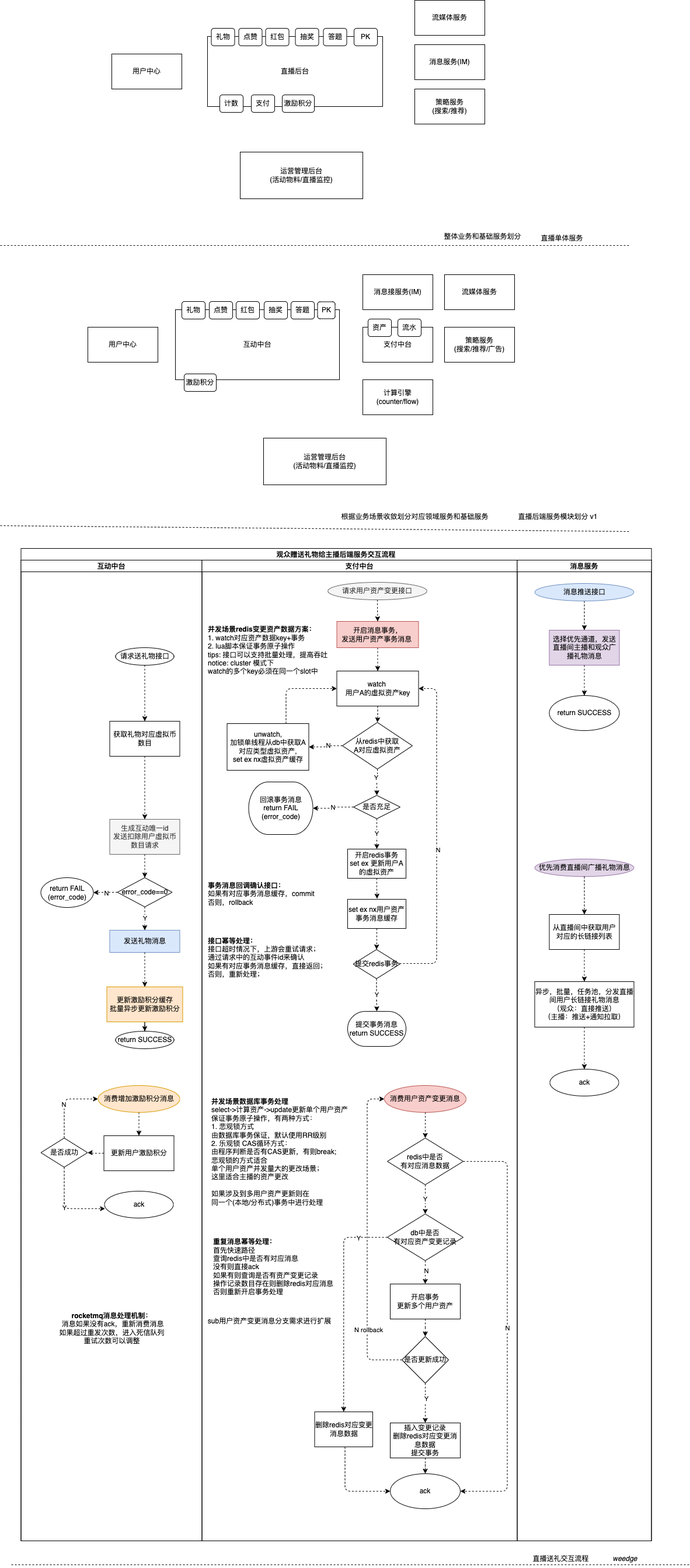
This is 直播互动-赠送礼物设计.drawio.png from weedge/mypic, a draw.io export, as it was before one commit. Source tidied: cells renumbered, new cells last; positions are measured from the earlier drawing's top-left corner, leaving out a move shared by most shapes.
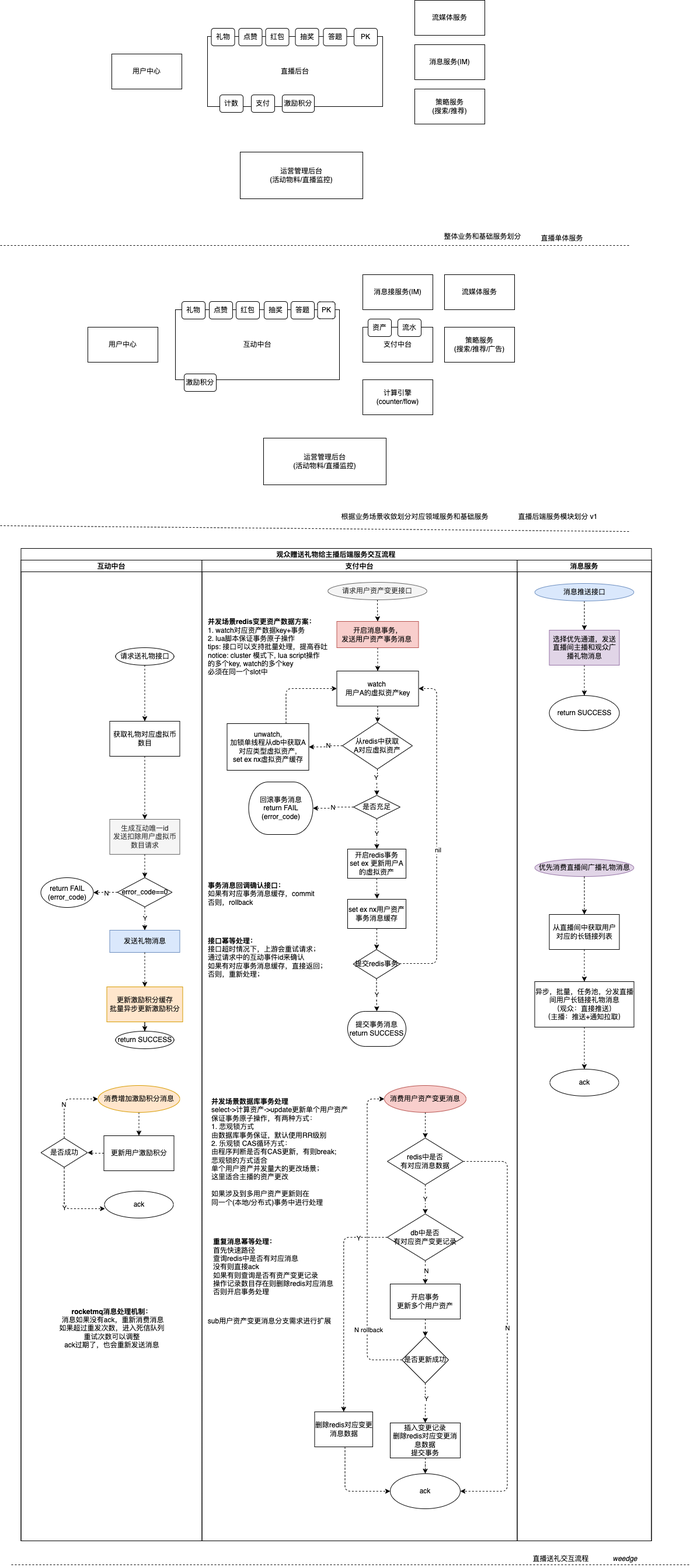
Later version of the same file.

What changed in the source:
```diff
@@ -200,8 +200,8 @@
     <mxCell id="61" value="是否成功" style="rhombus;whiteSpace=wrap;html=1;" parent="38" vertex="1">
       <mxGeometry x="34" y="990" width="80" height="50" as="geometry" />
     </mxCell>
-    <mxCell id="62" value="&lt;b&gt;rocketmq消息处理机制：&lt;br&gt;&lt;/b&gt;&amp;nbsp;消息如果没有ack，重新消费消息&lt;br&gt;如果超过重发次数，进入死信队列&lt;br&gt;重试次数可以调整" style="text;html=1;align=center;verticalAlign=middle;strokeColor=none;fillColor=none;" parent="38" vertex="1">
-      <mxGeometry x="55" y="1281" width="200" height="70" as="geometry" />
+    <mxCell id="62" value="&lt;b&gt;rocketmq消息处理机制：&lt;br&gt;&lt;/b&gt;&amp;nbsp;消息如果没有ack，重新消费消息&lt;br&gt;如果超过重发次数，进入死信队列&lt;br&gt;重试次数可以调整&lt;br&gt;ack过期了，也会重新发送消息" style="text;html=1;align=center;verticalAlign=middle;strokeColor=none;fillColor=none;" parent="38" vertex="1">
+      <mxGeometry x="55" y="1271" width="200" height="90" as="geometry" />
     </mxCell>
     <mxCell id="63" value="支付中台" style="swimlane;startSize=20;" parent="37" vertex="1">
       <mxGeometry x="310" y="20" width="540" height="1680" as="geometry" />
@@ -245,7 +245,7 @@
         </Array>
       </mxGeometry>
     </mxCell>
-    <mxCell id="75" value="N" style="edgeLabel;html=1;align=center;verticalAlign=middle;" parent="74" vertex="1">
+    <mxCell id="75" value="nil" style="edgeLabel;html=1;align=center;verticalAlign=middle;" parent="74" vertex="1">
       <mxGeometry x="-0.08" y="-1" relative="1" as="geometry">
         <mxPoint x="1" y="1" as="offset" />
       </mxGeometry>
@@ -287,8 +287,8 @@
     <mxCell id="86" value="请求用户资产变更接口" style="ellipse;whiteSpace=wrap;html=1;fillColor=#f5f5f5;fontColor=#333333;strokeColor=#666666;" parent="63" vertex="1">
       <mxGeometry x="215.8" y="38" width="169.5" height="30" as="geometry" />
     </mxCell>
-    <mxCell id="87" value="&lt;b&gt;并发场景redis变更资产数据方案：&lt;br&gt;&lt;/b&gt;1. watch对应资产数据key+事务&lt;br&gt;2. lua脚本保证事务原子操作&lt;br&gt;tips: 接口可以支持批量处理，提高吞吐&lt;br&gt;notice: cluster 模式下 &lt;br&gt;watch的多个key必须在同一个slot中" style="text;html=1;align=left;verticalAlign=middle;" parent="63" vertex="1">
-      <mxGeometry x="8" y="105" width="230" height="100" as="geometry" />
+    <mxCell id="87" value="&lt;b&gt;并发场景redis变更资产数据方案：&lt;br&gt;&lt;/b&gt;1. watch对应资产数据key+事务&lt;br&gt;2. lua脚本保证事务原子操作&lt;br&gt;tips: 接口可以支持批量处理，提高吞吐&lt;br&gt;notice: cluster 模式下, lua script操作&lt;br&gt;的多个key, watch的多个key&lt;br&gt;必须在同一个slot中" style="text;html=1;align=left;verticalAlign=middle;" parent="63" vertex="1">
+      <mxGeometry x="8" y="94" width="230" height="110" as="geometry" />
     </mxCell>
     <mxCell id="88" style="edgeStyle=orthogonalEdgeStyle;rounded=1;jumpSize=1;jettySize=auto;html=1;dashed=1;strokeWidth=1;" parent="63" edge="1" source="72">
       <mxGeometry relative="1" as="geometry">
@@ -380,7 +380,7 @@
     <mxCell id="111" value="&lt;b&gt;事务消息回调确认接口：&lt;br&gt;&lt;/b&gt;如果有对应事务消息缓存，commit&lt;br&gt;否则，rollback" style="text;html=1;align=left;verticalAlign=middle;strokeColor=none;fillColor=none;" parent="63" vertex="1">
       <mxGeometry x="8" y="542" width="210" height="60" as="geometry" />
     </mxCell>
-    <mxCell id="112" value="&lt;b&gt;重复消息幂等处理：&lt;br&gt;&lt;/b&gt;首先快速路径&lt;br&gt;查询redis中是否有对应消息&lt;br&gt;没有则直接ack&lt;br&gt;如果有则查询是否有资产变更记录&lt;br&gt;操作记录数目存在则删除redis对应消息&lt;br&gt;否则重新开启事务处理" style="text;html=1;align=left;verticalAlign=middle;strokeColor=none;fillColor=none;" parent="63" vertex="1">
+    <mxCell id="112" value="&lt;b&gt;重复消息幂等处理：&lt;br&gt;&lt;/b&gt;首先快速路径&lt;br&gt;查询redis中是否有对应消息&lt;br&gt;没有则直接ack&lt;br&gt;如果有则查询是否有资产变更记录&lt;br&gt;操作记录数目存在则删除redis对应消息&lt;br&gt;否则开启事务处理" style="text;html=1;align=left;verticalAlign=middle;strokeColor=none;fillColor=none;" parent="63" vertex="1">
       <mxGeometry x="17.5" y="1156" width="230" height="110" as="geometry" />
     </mxCell>
     <mxCell id="113" value="&lt;b&gt;接口幂等处理：&lt;br&gt;&lt;/b&gt;接口超时情况下，上游会重试请求；&lt;br&gt;通过请求中的互动事件id来确认&lt;br&gt;如果有对应事务消息缓存，直接返回；&lt;br&gt;否则，重新处理；" style="text;html=1;align=left;verticalAlign=middle;strokeColor=none;fillColor=none;" parent="63" vertex="1">
```
